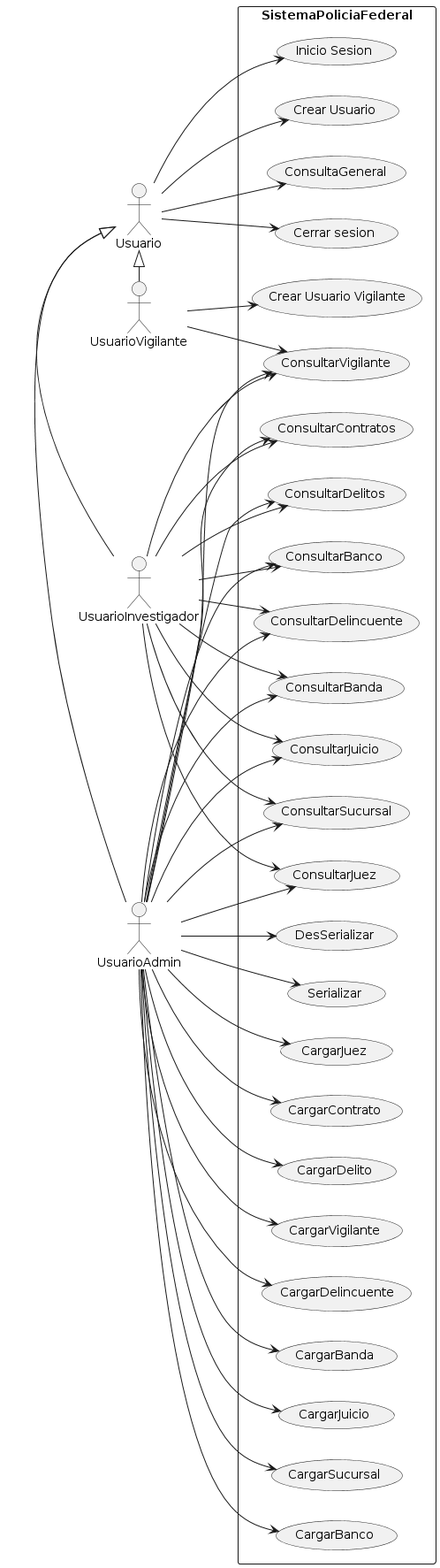
Earlier version of the PlantUML export Documentacion/DiagramaCasosDeUso.png (IMettaINSPT/1ParcialP2).
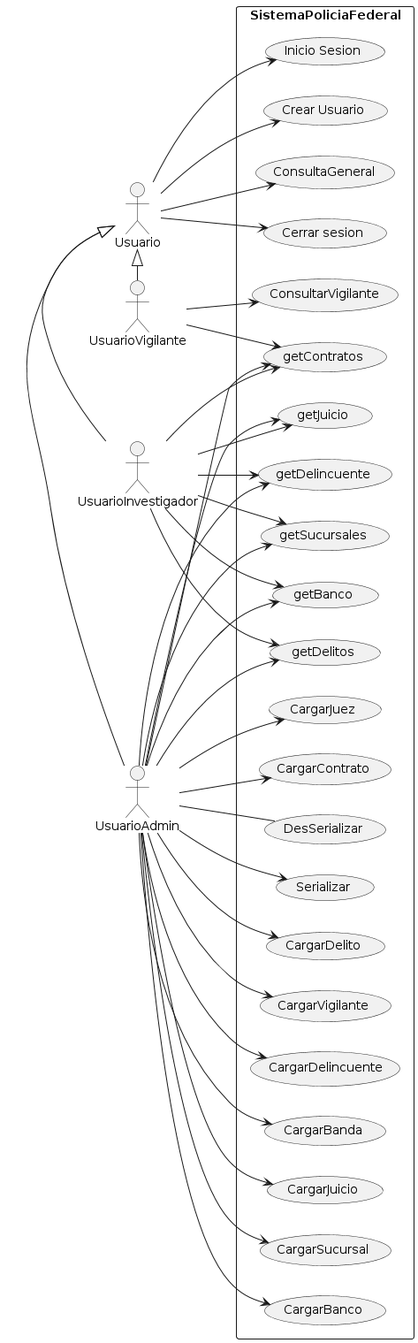
Above is the later version.

Commit message:
Cambios en caso de uso y nuevo diagrama de secuencia

The edit, as a diff of the source:
```diff
@@ -1,9 +1,9 @@
 @startuml
 left to right direction
 actor Usuario as user
-actor UsuarioAdmin as userAdm
 actor UsuarioVigilante as userVig
 actor UsuarioInvestigador as userInv
+actor UsuarioAdmin as userAdm
 
 
 rectangle  SistemaPoliciaFederal {
@@ -12,26 +12,14 @@
 usecase "Inicio Sesion" as UC1
 usecase "Cerrar sesion" as UC2
 usecase "ConsultaGeneral" as UC3
-usecase "Serializar" as UC4
-usecase "DesSerializar" as UC5
-usecase "CargarBanco" as UC6
-usecase "CargarSucursal" as UC7
-usecase "CargarJuicio" as UC8
-usecase "CargarBanda" as UC9
-usecase "CargarDelincuente" as UC10
-usecase "CargarVigilante" as UC11
-usecase "CargarDelito" as UC12
-usecase "CargarContrato" as UC13
-usecase "CargarJuez" as UC14
-usecase "ConsultarBanco" as UC15
-usecase "ConsultarSucursal" as UC16
-usecase "ConsultarJuicio" as UC17
-usecase "ConsultarBanda" as UC18
-usecase "ConsultarDelincuente" as UC19
-usecase "ConsultarVigilante" as UC20
-usecase "ConsultarDelitos" as UC21
-usecase "ConsultarContratos" as UC22
-usecase "ConsultarJuez" as UC23
+usecase "getBanco" as UC15
+usecase "getSucursales" as UC16
+usecase "getDelincuente" as UC17
+usecase "getJuicio" as UC18
+usecase "getDelitos" as UC19
+usecase "getContratos" as UC20
+usecase "ConsultarVigilante" as UC24
+
 
 
 user --> UC0
@@ -49,33 +37,28 @@
 userInv--> UC18
 userInv--> UC19
 userInv--> UC20
-userInv--> UC21
-userInv--> UC22
-userInv--> UC23
+
 
 userVig-->UC20
 userVig-->UC24
 
-userAdm -->UC4
-userAdm -->UC5
-userAdm -->UC6
-userAdm -->UC7
-userAdm -->UC8
-userAdm -->UC9
-userAdm -->UC10
-userAdm -->UC11
-userAdm -->UC12
-userAdm -->UC13
-userAdm -->UC14
+
 userAdm --> UC15
 userAdm --> UC16
 userAdm --> UC17
 userAdm --> UC18
 userAdm --> UC19
 userAdm --> UC20
-userAdm --> UC21
-userAdm --> UC22
-userAdm --> UC23
-
+userAdm -left-> (Serializar)
+userAdm  -left- (DesSerializar)
+userAdm  -left->(CargarBanco)
+userAdm  -left->(CargarSucursal)
+userAdm  -left->(CargarJuicio)
+userAdm  -right->(CargarBanda)
+userAdm  -right->(CargarDelincuente)
+userAdm  -right->(CargarVigilante)
+userAdm  -right->(CargarDelito)
+userAdm  -down->(CargarContrato)
+userAdm  -down->(CargarJuez)
 }
 @enduml
```
